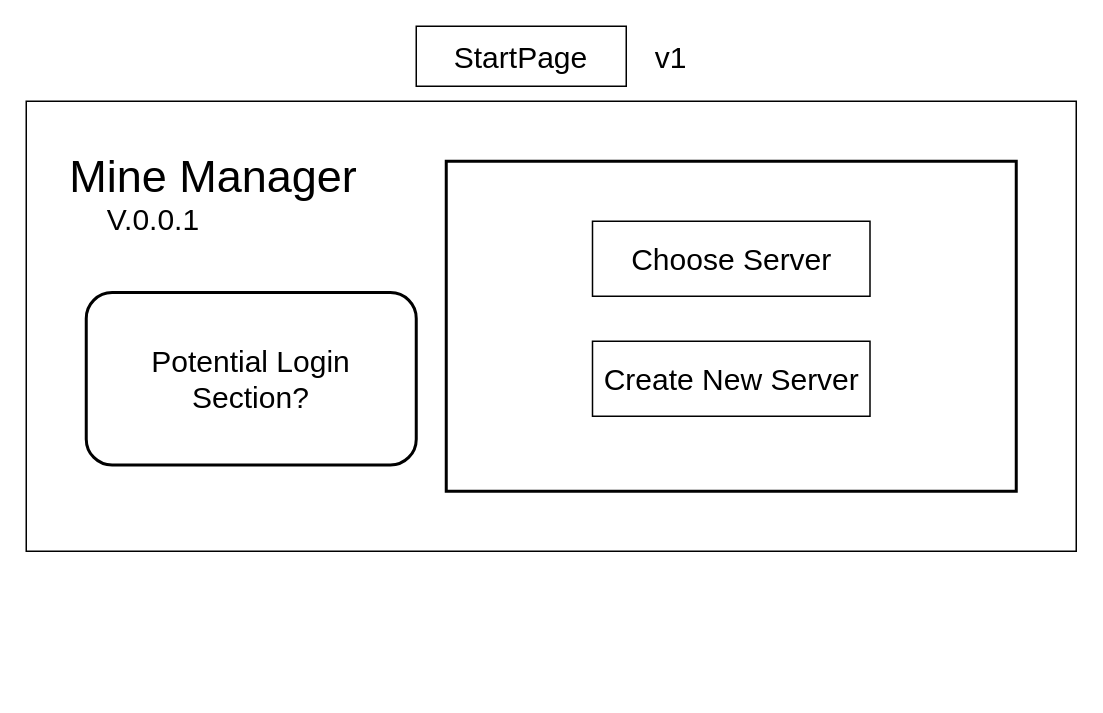
Earlier version of the draw.io diagram drawioMockups/Startpage.drawio (markwreinke/minecraftDockerServerGUI). Source tidied: cells renumbered, new cells numbered last; positions are measured from the earlier drawing's top-left corner, leaving out a move shared by most shapes. Both pictures are drawn from the tidied source at 150%, with x=0, y=0 at pixel (26, 26).
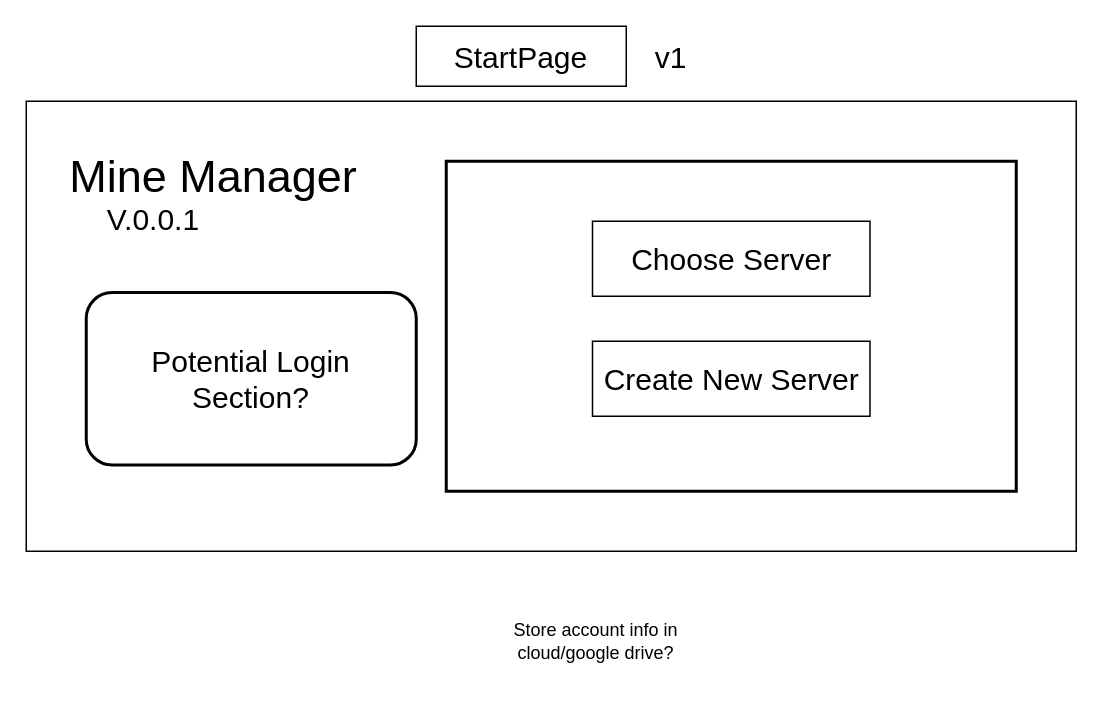
Above is the later version.

The edit, as a diff of the source:
```diff
@@
 <mxGraphModel>
   <root>
     <mxCell id="0" />
     <mxCell id="1" parent="0" />
     <mxCell id="2" style="group;" parent="1" vertex="1">
       <mxGeometry width="700" height="350" as="geometry" />
     </mxCell>
     <mxCell id="3" style="rounded=0;whiteSpace=wrap;html=1;" parent="2" vertex="1">
       <mxGeometry y="50" width="700" height="300" as="geometry" />
     </mxCell>
     <mxCell id="4" value="&lt;font style=&quot;font-size: 30px&quot;&gt;Mine Manager&lt;/font&gt;" style="text;html=1;strokeColor=none;fillColor=none;align=center;verticalAlign=middle;whiteSpace=wrap;rounded=0;strokeWidth=2;" parent="2" vertex="1">
       <mxGeometry x="20" y="70" width="210" height="60" as="geometry" />
     </mxCell>
     <mxCell id="5" value="&lt;font style=&quot;font-size: 20px&quot;&gt;V.0.0.1&lt;/font&gt;" style="text;html=1;strokeColor=none;fillColor=none;align=center;verticalAlign=middle;whiteSpace=wrap;rounded=0;fontSize=30;" parent="2" vertex="1">
       <mxGeometry x="10" y="110" width="150" height="30" as="geometry" />
     </mxCell>
     <mxCell id="6" style="rounded=0;whiteSpace=wrap;html=1;fontSize=20;strokeColor=default;strokeWidth=2;" parent="2" vertex="1">
       <mxGeometry x="280" y="90" width="380" height="220" as="geometry" />
     </mxCell>
     <mxCell id="7" value="Choose Server" style="text;html=1;strokeColor=default;fillColor=none;align=center;verticalAlign=middle;whiteSpace=wrap;rounded=0;fontSize=20;" parent="2" vertex="1">
       <mxGeometry x="377.5" y="130" width="185" height="50" as="geometry" />
     </mxCell>
     <mxCell id="8" value="Create New Server" style="text;html=1;strokeColor=default;fillColor=none;align=center;verticalAlign=middle;whiteSpace=wrap;rounded=0;fontSize=20;" parent="2" vertex="1">
       <mxGeometry x="377.5" y="210" width="185" height="50" as="geometry" />
     </mxCell>
     <mxCell id="9" value="Potential Login &lt;br&gt;Section?" style="rounded=1;whiteSpace=wrap;html=1;fontSize=20;strokeColor=default;strokeWidth=2;" parent="2" vertex="1">
       <mxGeometry x="40" y="177.5" width="220" height="115" as="geometry" />
     </mxCell>
     <mxCell id="10" value="StartPage" style="text;html=1;strokeColor=default;fillColor=none;align=center;verticalAlign=middle;whiteSpace=wrap;rounded=0;fontSize=20;" parent="2" vertex="1">
       <mxGeometry x="260" width="140" height="40" as="geometry" />
     </mxCell>
     <mxCell id="11" value="v1" style="text;html=1;strokeColor=none;fillColor=none;align=center;verticalAlign=middle;whiteSpace=wrap;rounded=0;fontSize=20;" parent="2" vertex="1">
       <mxGeometry x="400" y="5" width="60" height="30" as="geometry" />
     </mxCell>
+    <mxCell id="12" value="Store account info in cloud/google drive?" style="text;html=1;strokeColor=none;fillColor=none;align=center;verticalAlign=middle;whiteSpace=wrap;rounded=0;" parent="1" vertex="1">
+      <mxGeometry x="320" y="380" width="120" height="60" as="geometry" />
+    </mxCell>
   </root>
 </mxGraphModel>
```
